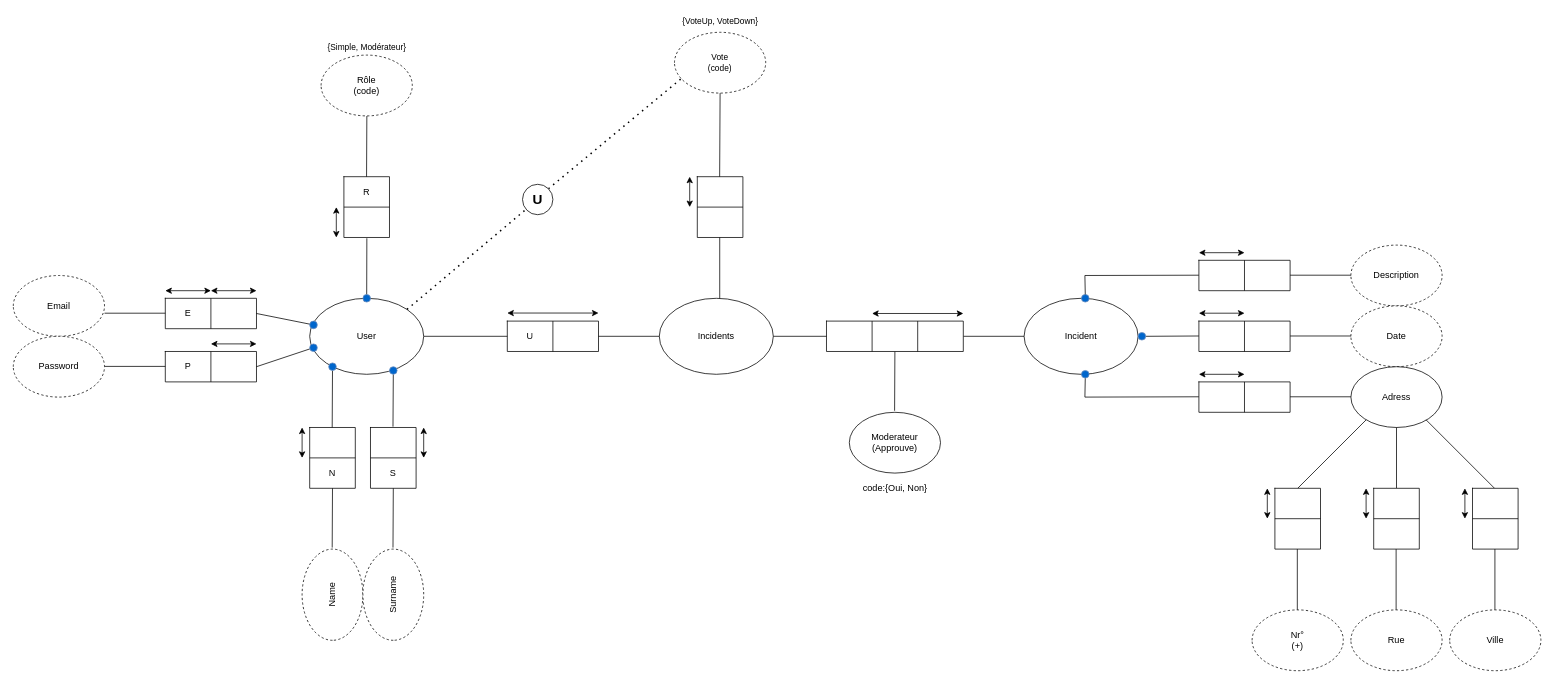
Before: ORM/ORM.drawio in IsaiZ734/Projet-d-approfondissement, a draw.io diagram. Source tidied: cells renumbered, new cells numbered last; positions are measured from the earlier drawing's top-left corner, leaving out a move shared by most shapes. Both pictures are drawn from the tidied source at 76%, with x=0, y=0 at pixel (28, 13).
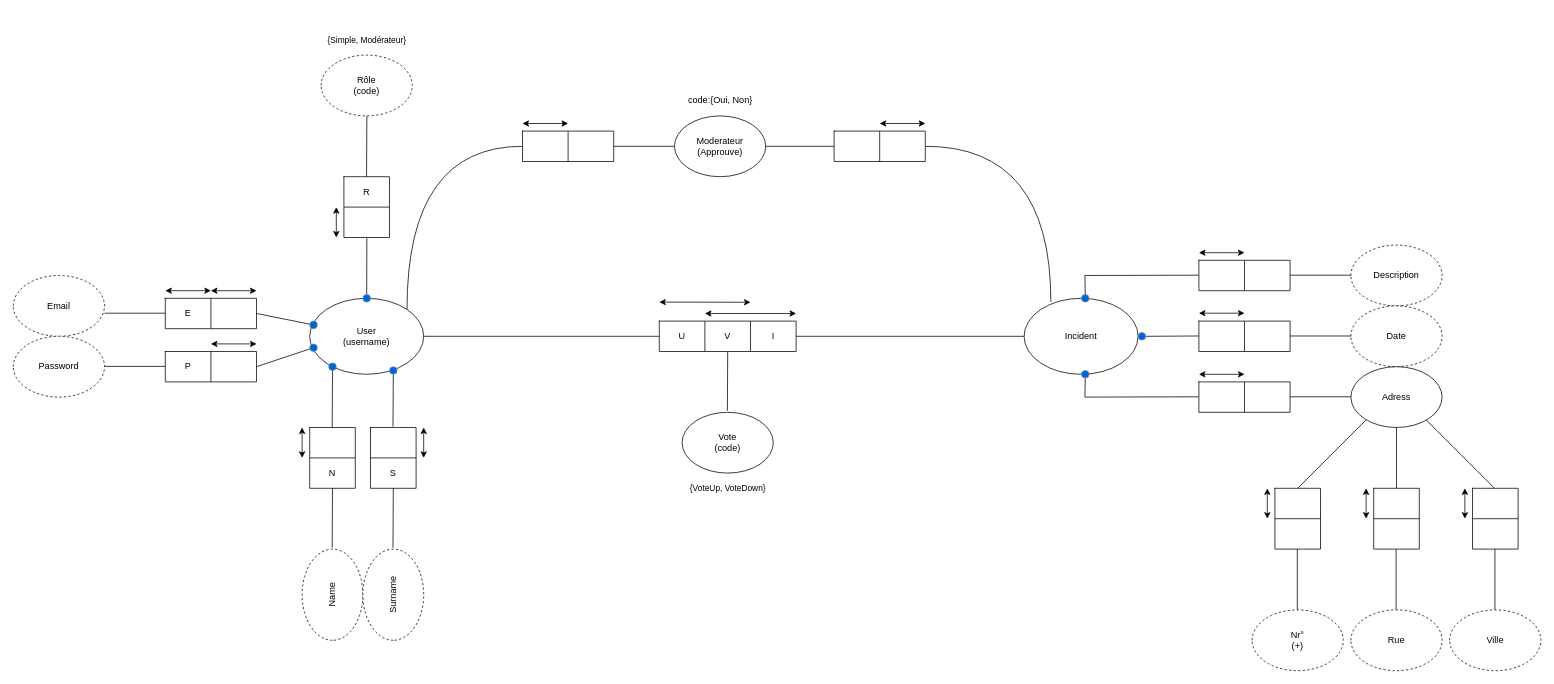
Above is the later version.

Commit message (it also covers changes not shown here):
ORM scheme update

Unchanged cells that the change refers to:
```xml
<mxCell id="19" value="Incident" style="ellipse;whiteSpace=wrap;html=1;" parent="1" vertex="1">
  <mxGeometry x="1310" y="375" width="150" height="100" as="geometry" />
</mxCell>
<mxCell id="103" style="shape=tableRow;horizontal=0;startSize=0;swimlaneHead=0;swimlaneBody=0;top=0;left=0;bottom=0;right=0;fillColor=none;points=[[0,0.5],[1,0.5]];portConstraint=eastwest;" parent="102" vertex="1">
  <mxGeometry width="180" height="40" as="geometry" />
</mxCell>
```

Change to the diagram source:
```diff
@@
-    <mxCell id="2" style="shape=table;html=1;whiteSpace=wrap;startSize=0;childLayout=tableLayout;" parent="1" vertex="1">
-      <mxGeometry x="630" y="405" width="120" height="40" as="geometry" />
-    </mxCell>
-    <mxCell id="3" style="shape=tableRow;horizontal=0;startSize=0;swimlaneHead=0;swimlaneBody=0;top=0;left=0;bottom=0;right=0;fillColor=none;points=[[0,0.5],[1,0.5]];portConstraint=eastwest;" parent="2" vertex="1">
-      <mxGeometry width="120" height="40" as="geometry" />
-    </mxCell>
-    <mxCell id="4" value="U" style="shape=partialRectangle;html=1;whiteSpace=wrap;fillColor=none;top=0;left=0;bottom=0;right=0;overflow=hidden;" parent="3" vertex="1">
-      <mxGeometry width="60" height="40" as="geometry" />
-    </mxCell>
-    <mxCell id="5" style="shape=partialRectangle;html=1;whiteSpace=wrap;fillColor=none;top=0;left=0;bottom=0;right=0;overflow=hidden;" parent="3" vertex="1">
-      <mxGeometry x="60" width="60" height="40" as="geometry" />
-    </mxCell>
-    <mxCell id="6" style="endArrow=none;html=1;rounded=0;startArrow=none;entryX=0;entryY=0.5;entryDx=0;entryDy=0;" parent="1" edge="1" target="3">
+    <mxCell id="6" style="endArrow=none;html=1;rounded=0;startArrow=none;entryX=0;entryY=0.5;entryDx=0;entryDy=0;" parent="1" edge="1" target="103">
       <mxGeometry relative="1" as="geometry">
         <mxPoint x="520" y="425" as="sourcePoint" />
       </mxGeometry>
     </mxCell>
-    <mxCell id="7" value="User" style="ellipse;whiteSpace=wrap;html=1;" parent="1" vertex="1">
+    <mxCell id="7" value="User&lt;br&gt;(username)" style="ellipse;whiteSpace=wrap;html=1;" parent="1" vertex="1">
       <mxGeometry x="370" y="375" width="150" height="100" as="geometry" />
     </mxCell>
-    <mxCell id="8" style="endArrow=none;html=1;rounded=0;entryX=0;entryY=0.5;entryDx=0;entryDy=0;" parent="1" edge="1" target="19">
-      <mxGeometry relative="1" as="geometry">
-        <mxPoint x="1230" y="425" as="sourcePoint" />
-      </mxGeometry>
+    <mxCell id="8" style="endArrow=none;html=1;rounded=0;entryX=0;entryY=0.5;entryDx=0;entryDy=0;exitX=1;exitY=0.5;exitDx=0;exitDy=0;" parent="1" edge="1" source="103" target="19">
+      <mxGeometry relative="1" as="geometry" />
     </mxCell>
@@
-    <mxCell id="99" value="Incidents" style="ellipse;whiteSpace=wrap;html=1;" parent="1" vertex="1">
-      <mxGeometry x="830" y="375" width="150" height="100" as="geometry" />
-    </mxCell>
     <mxCell id="100" style="endArrow=none;html=1;rounded=0;entryX=0.5;entryY=-0.028;entryDx=0;entryDy=0;entryPerimeter=0;exitX=0.2;exitY=0.92;exitDx=0;exitDy=0;exitPerimeter=0;" parent="1" edge="1">
       <mxGeometry relative="1" as="geometry">
-        <mxPoint x="1140" y="445" as="sourcePoint" />
-        <mxPoint x="1139.6" y="523" as="targetPoint" />
+        <mxPoint x="920" y="445" as="sourcePoint" />
+        <mxPoint x="919.6" y="523" as="targetPoint" />
       </mxGeometry>
     </mxCell>
     <mxCell id="101" value="Moderateur&lt;br&gt;(Approuve)" style="ellipse;whiteSpace=wrap;html=1;direction=south;horizontal=0;rotation=90;" parent="1" vertex="1">
-      <mxGeometry x="1100" y="505" width="80" height="120" as="geometry" />
+      <mxGeometry x="870" y="115" width="80" height="120" as="geometry" />
     </mxCell>
     <mxCell id="102" style="shape=table;html=1;whiteSpace=wrap;startSize=0;childLayout=tableLayout;direction=east;flipV=0;flipH=0;" parent="1" vertex="1">
-      <mxGeometry x="1050" y="405" width="180" height="40" as="geometry" />
+      <mxGeometry x="830" y="405" width="180" height="40" as="geometry" />
     </mxCell>
@@
-    <mxCell id="104" style="shape=partialRectangle;html=1;whiteSpace=wrap;fillColor=none;top=0;left=0;bottom=0;right=0;overflow=hidden;" parent="103" vertex="1">
+    <mxCell id="104" value="U" style="shape=partialRectangle;html=1;whiteSpace=wrap;fillColor=none;top=0;left=0;bottom=0;right=0;overflow=hidden;" parent="103" vertex="1">
       <mxGeometry width="60" height="40" as="geometry" />
     </mxCell>
-    <mxCell id="105" style="shape=partialRectangle;html=1;whiteSpace=wrap;fillColor=none;top=0;left=0;bottom=0;right=0;overflow=hidden;" parent="103" vertex="1">
+    <mxCell id="105" value="V" style="shape=partialRectangle;html=1;whiteSpace=wrap;fillColor=none;top=0;left=0;bottom=0;right=0;overflow=hidden;" parent="103" vertex="1">
       <mxGeometry x="60" width="60" height="40" as="geometry" />
     </mxCell>
-    <mxCell id="106" style="shape=partialRectangle;html=1;whiteSpace=wrap;fillColor=none;top=0;left=0;bottom=0;right=0;overflow=hidden;" parent="103" vertex="1">
+    <mxCell id="106" value="I" style="shape=partialRectangle;html=1;whiteSpace=wrap;fillColor=none;top=0;left=0;bottom=0;right=0;overflow=hidden;" parent="103" vertex="1">
       <mxGeometry x="120" width="60" height="40" as="geometry" />
     </mxCell>
-    <mxCell id="107" style="endArrow=none;html=1;rounded=1;entryX=0;entryY=0.5;entryDx=0;entryDy=0;" parent="1" edge="1" source="99" target="103">
-      <mxGeometry relative="1" as="geometry" />
-    </mxCell>
-    <mxCell id="108" style="endArrow=none;html=1;rounded=1;entryX=0;entryY=0.5;entryDx=0;entryDy=0;" parent="1" edge="1" source="3" target="99">
-      <mxGeometry relative="1" as="geometry" />
-    </mxCell>
     <mxCell id="109" style="endArrow=classic;startArrow=classic;html=1;rounded=1;" parent="1" edge="1">
       <mxGeometry relative="1" as="geometry">
-        <mxPoint x="1110" y="395" as="sourcePoint" />
-        <mxPoint x="1230" y="395" as="targetPoint" />
+        <mxPoint x="890" y="395" as="sourcePoint" />
+        <mxPoint x="1010" y="395" as="targetPoint" />
       </mxGeometry>
     </mxCell>
-    <mxCell id="110" style="shape=table;html=1;whiteSpace=wrap;startSize=0;childLayout=tableLayout;direction=east;flipV=0;flipH=0;" parent="1" vertex="1">
-      <mxGeometry x="880" y="215" width="60" height="80" as="geometry" />
-    </mxCell>
-    <mxCell id="111" style="shape=tableRow;horizontal=0;startSize=0;swimlaneHead=0;swimlaneBody=0;top=0;left=0;bottom=0;right=0;fillColor=none;" parent="110" vertex="1">
-      <mxGeometry width="60" height="40" as="geometry" />
-    </mxCell>
-    <mxCell id="112" style="shape=partialRectangle;html=1;whiteSpace=wrap;fillColor=none;top=0;left=0;bottom=0;right=0;overflow=hidden;" parent="111" vertex="1">
-      <mxGeometry width="60" height="40" as="geometry" />
-    </mxCell>
-    <mxCell id="113" style="shape=tableRow;horizontal=0;startSize=0;swimlaneHead=0;swimlaneBody=0;top=0;left=0;bottom=0;right=0;fillColor=none;" parent="110" vertex="1">
-      <mxGeometry y="40" width="60" height="40" as="geometry" />
-    </mxCell>
-    <mxCell id="114" style="shape=partialRectangle;html=1;whiteSpace=wrap;fillColor=none;top=0;left=0;bottom=0;right=0;overflow=hidden;" parent="113" vertex="1">
-      <mxGeometry width="60" height="40" as="geometry" />
-    </mxCell>
-    <mxCell id="115" style="endArrow=none;html=1;rounded=0;entryX=0.5;entryY=0;entryDx=0;entryDy=0;" parent="1" edge="1">
-      <mxGeometry relative="1" as="geometry">
-        <mxPoint x="909.5" y="375" as="sourcePoint" />
-        <mxPoint x="909.5" y="295" as="targetPoint" />
-      </mxGeometry>
+    <mxCell id="115" style="endArrow=none;html=1;rounded=0;entryX=1;entryY=0.5;entryDx=0;entryDy=0;exitX=0.235;exitY=0.048;exitDx=0;exitDy=0;exitPerimeter=0;edgeStyle=orthogonalEdgeStyle;curved=1;" parent="1" edge="1" source="19" target="147">
+      <mxGeometry relative="1" as="geometry" />
     </mxCell>
-    <mxCell id="116" value="&lt;font style=&quot;font-size: 11px&quot;&gt;Vote&lt;br&gt;(code)&lt;br&gt;&lt;/font&gt;" style="ellipse;whiteSpace=wrap;html=1;direction=south;dashed=1;horizontal=0;spacing=-1;rotation=90;" parent="1" vertex="1">
-      <mxGeometry x="870" y="5" width="80" height="120" as="geometry" />
-    </mxCell>
-    <mxCell id="117" style="endArrow=classic;startArrow=classic;html=1;rounded=1;" parent="1" edge="1">
-      <mxGeometry relative="1" as="geometry">
-        <mxPoint x="870" y="255" as="sourcePoint" />
-        <mxPoint x="870" y="215" as="targetPoint" />
-      </mxGeometry>
-    </mxCell>
-    <mxCell id="118" style="endArrow=none;html=1;rounded=0;entryX=0.5;entryY=0;entryDx=0;entryDy=0;" parent="1" edge="1" target="116">
-      <mxGeometry relative="1" as="geometry">
-        <mxPoint x="909.4" y="215" as="sourcePoint" />
-      </mxGeometry>
-    </mxCell>
-    <mxCell id="119" style="endArrow=none;dashed=1;html=1;dashPattern=1 3;strokeWidth=2;rounded=1;fontSize=11;exitX=1;exitY=0;exitDx=0;exitDy=0;startArrow=none;" parent="1" edge="1" source="120">
-      <mxGeometry relative="1" as="geometry">
-        <mxPoint x="860" y="85" as="targetPoint" />
-      </mxGeometry>
-    </mxCell>
-    <mxCell id="120" value="&lt;b&gt;&lt;font style=&quot;font-size: 18px;&quot;&gt;U&lt;/font&gt;&lt;/b&gt;" style="ellipse;whiteSpace=wrap;html=1;fontSize=11;" parent="1" vertex="1">
-      <mxGeometry x="650" y="225" width="40" height="40" as="geometry" />
-    </mxCell>
-    <mxCell id="121" style="endArrow=none;dashed=1;html=1;dashPattern=1 3;strokeWidth=2;rounded=1;fontSize=11;exitX=1;exitY=0;exitDx=0;exitDy=0;" parent="1" edge="1" source="7" target="120">
-      <mxGeometry relative="1" as="geometry" />
-    </mxCell>
     <mxCell id="122" value="&lt;span&gt;code:{Oui, Non}&lt;/span&gt;" style="text;html=1;align=center;verticalAlign=middle;strokeColor=none;fillColor=none;" parent="1" vertex="1">
-      <mxGeometry x="1090" y="615" width="100" height="20" as="geometry" />
+      <mxGeometry x="860" y="105" width="100" height="20" as="geometry" />
     </mxCell>
     <mxCell id="123" value="&lt;span style=&quot;font-size: 11px&quot;&gt;{VoteUp, VoteDown}&lt;/span&gt;" style="text;html=1;align=center;verticalAlign=middle;strokeColor=none;fillColor=none;" parent="1" vertex="1">
-      <mxGeometry x="850" width="120" height="20" as="geometry" />
+      <mxGeometry x="860" y="615" width="120" height="20" as="geometry" />
     </mxCell>
@@
-    <mxCell id="126" style="endArrow=classic;startArrow=classic;html=1;rounded=1;" parent="1" edge="1">
-      <mxGeometry relative="1" as="geometry">
-        <mxPoint x="630" y="394.4" as="sourcePoint" />
-        <mxPoint x="750" y="394.4" as="targetPoint" />
-      </mxGeometry>
-    </mxCell>
@@
     <mxCell id="136" value="&lt;span style=&quot;font-size: 11px&quot;&gt;{Simple, Modérateur}&lt;/span&gt;" style="text;html=1;align=center;verticalAlign=middle;strokeColor=none;fillColor=none;" parent="1" vertex="1">
-      <mxGeometry x="385" y="35" width="120" height="20" as="geometry" />
+      <mxGeometry x="385" y="25" width="120" height="20" as="geometry" />
     </mxCell>
@@
+    <mxCell id="144" style="endArrow=classic;startArrow=classic;html=1;rounded=1;" parent="1" edge="1">
+      <mxGeometry relative="1" as="geometry">
+        <mxPoint x="830" y="380" as="sourcePoint" />
+        <mxPoint x="950" y="380.2" as="targetPoint" />
+      </mxGeometry>
+    </mxCell>
+    <mxCell id="145" style="endArrow=none;html=1;rounded=0;startArrow=none;exitX=1;exitY=0;exitDx=0;exitDy=0;entryX=0;entryY=0.5;entryDx=0;entryDy=0;edgeStyle=orthogonalEdgeStyle;curved=1;" parent="1" edge="1" source="7" target="152">
+      <mxGeometry relative="1" as="geometry" />
+    </mxCell>
+    <mxCell id="146" style="shape=table;html=1;whiteSpace=wrap;startSize=0;childLayout=tableLayout;direction=east;flipV=0;flipH=0;" parent="1" vertex="1">
+      <mxGeometry x="1060" y="155" width="120" height="40" as="geometry" />
+    </mxCell>
+    <mxCell id="147" style="shape=tableRow;horizontal=0;startSize=0;swimlaneHead=0;swimlaneBody=0;top=0;left=0;bottom=0;right=0;fillColor=none;points=[[0,0.5],[1,0.5]];portConstraint=eastwest;" parent="146" vertex="1">
+      <mxGeometry width="120" height="40" as="geometry" />
+    </mxCell>
+    <mxCell id="148" style="shape=partialRectangle;html=1;whiteSpace=wrap;fillColor=none;top=0;left=0;bottom=0;right=0;overflow=hidden;" parent="147" vertex="1">
+      <mxGeometry width="60" height="40" as="geometry" />
+    </mxCell>
+    <mxCell id="149" style="shape=partialRectangle;html=1;whiteSpace=wrap;fillColor=none;top=0;left=0;bottom=0;right=0;overflow=hidden;" parent="147" vertex="1">
+      <mxGeometry x="60" width="60" height="40" as="geometry" />
+    </mxCell>
+    <mxCell id="150" style="endArrow=classic;startArrow=classic;html=1;rounded=0;" parent="1" edge="1">
+      <mxGeometry relative="1" as="geometry">
+        <mxPoint x="1120" y="145" as="sourcePoint" />
+        <mxPoint x="1180" y="145" as="targetPoint" />
+      </mxGeometry>
+    </mxCell>
+    <mxCell id="151" style="shape=table;html=1;whiteSpace=wrap;startSize=0;childLayout=tableLayout;direction=east;flipV=0;flipH=0;" parent="1" vertex="1">
+      <mxGeometry x="650" y="155" width="120" height="40" as="geometry" />
+    </mxCell>
+    <mxCell id="152" style="shape=tableRow;horizontal=0;startSize=0;swimlaneHead=0;swimlaneBody=0;top=0;left=0;bottom=0;right=0;fillColor=none;points=[[0,0.5],[1,0.5]];portConstraint=eastwest;" parent="151" vertex="1">
+      <mxGeometry width="120" height="40" as="geometry" />
+    </mxCell>
+    <mxCell id="153" style="shape=partialRectangle;html=1;whiteSpace=wrap;fillColor=none;top=0;left=0;bottom=0;right=0;overflow=hidden;" parent="152" vertex="1">
+      <mxGeometry width="60" height="40" as="geometry" />
+    </mxCell>
+    <mxCell id="154" style="shape=partialRectangle;html=1;whiteSpace=wrap;fillColor=none;top=0;left=0;bottom=0;right=0;overflow=hidden;" parent="152" vertex="1">
+      <mxGeometry x="60" width="60" height="40" as="geometry" />
+    </mxCell>
+    <mxCell id="155" style="endArrow=classic;startArrow=classic;html=1;rounded=0;" parent="1" edge="1">
+      <mxGeometry relative="1" as="geometry">
+        <mxPoint x="650" y="145" as="sourcePoint" />
+        <mxPoint x="710" y="145" as="targetPoint" />
+      </mxGeometry>
+    </mxCell>
+    <mxCell id="156" style="endArrow=none;html=1;rounded=0;startArrow=none;exitX=1;exitY=0.5;exitDx=0;exitDy=0;entryX=1;entryY=0.5;entryDx=0;entryDy=0;" parent="1" edge="1" source="152" target="101">
+      <mxGeometry relative="1" as="geometry" />
+    </mxCell>
+    <mxCell id="157" style="endArrow=none;html=1;rounded=0;startArrow=none;exitX=0;exitY=0.5;exitDx=0;exitDy=0;entryX=0;entryY=0.5;entryDx=0;entryDy=0;" parent="1" edge="1" source="101" target="147">
+      <mxGeometry relative="1" as="geometry" />
+    </mxCell>
+    <mxCell id="116" value="Vote&lt;br&gt;(code)" style="ellipse;whiteSpace=wrap;html=1;direction=south;horizontal=0;rotation=90;" parent="1" vertex="1">
+      <mxGeometry x="880" y="505" width="80" height="120" as="geometry" />
+    </mxCell>
```
